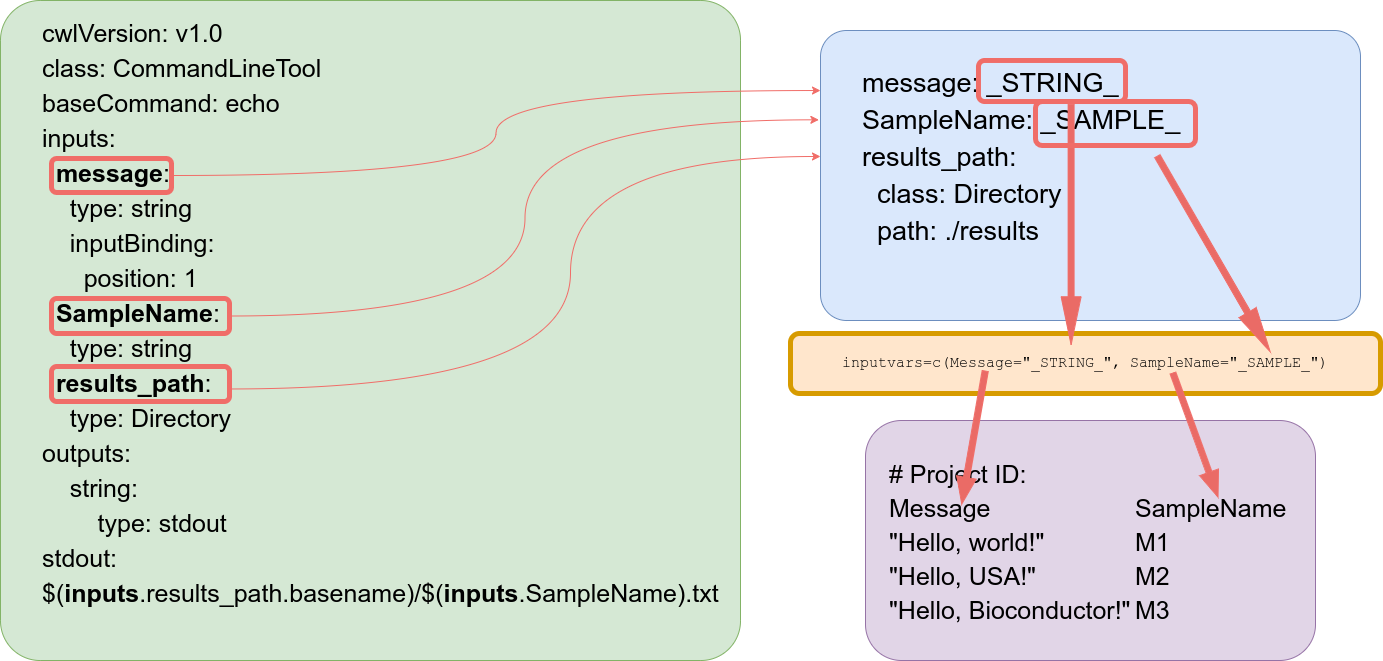
This is inst/images/SPR_CWL_hello.png from systemPipeR/systemPipeWorkshop2021, a draw.io export, as it was before one commit. Source tidied: cells renumbered, new cells last; positions are measured from the earlier drawing's top-left corner, leaving out a move shared by most shapes.
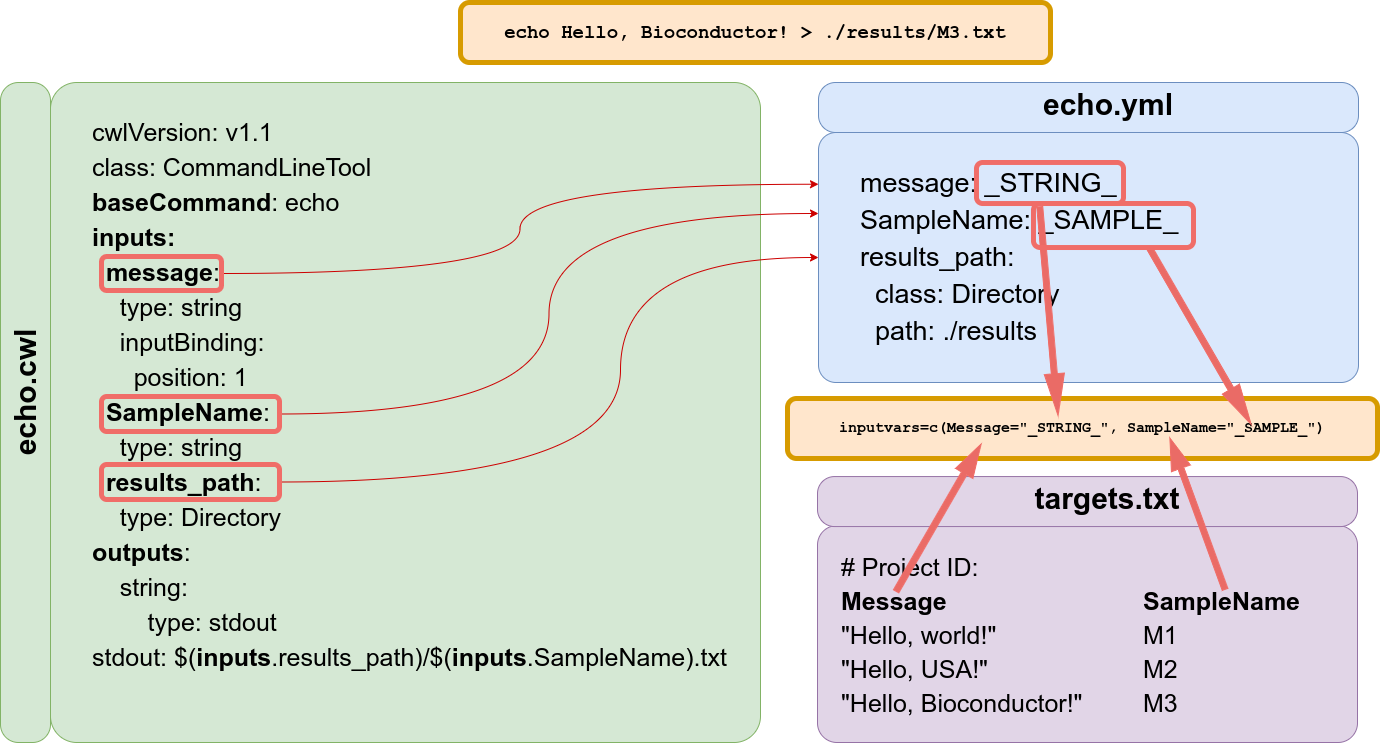
Later version of the same file.

What changed in the source:
```diff
@@ -2,59 +2,70 @@
   <root>
     <mxCell id="0" />
     <mxCell id="1" parent="0" />
-    <mxCell id="2" value="inputvars=c(Message=&quot;_STRING_&quot;, SampleName=&quot;_SAMPLE_&quot;)" style="rounded=1;whiteSpace=wrap;html=1;sketch=0;strokeColor=#d79b00;strokeWidth=5;fillColor=#ffe6cc;fontSize=15;fontFamily=Courier New;" parent="1" vertex="1">
-      <mxGeometry x="790" y="333" width="590" height="60" as="geometry" />
+    <mxCell id="2" value="&lt;b&gt;inputvars=c(Message=&quot;_STRING_&quot;, SampleName=&quot;_SAMPLE_&quot;)&lt;/b&gt;" style="rounded=1;whiteSpace=wrap;html=1;sketch=0;strokeColor=#d79b00;strokeWidth=5;fillColor=#ffe6cc;fontSize=15;fontFamily=Courier New;" parent="1" vertex="1">
+      <mxGeometry x="737" y="316" width="590" height="60" as="geometry" />
     </mxCell>
-    <mxCell id="3" value="&lt;blockquote style=&quot;margin: 0px 0px 0px 40px ; border: none ; padding: 0px ; line-height: 140% ; font-size: 27px&quot;&gt;&lt;div&gt;&lt;div&gt;&lt;span&gt;message: _STRING_&lt;/span&gt;&lt;/div&gt;&lt;div&gt;&lt;span&gt;SampleName: _SAMPLE_&amp;nbsp;&lt;/span&gt;&lt;/div&gt;&lt;div&gt;&lt;span&gt;results_path:&lt;/span&gt;&lt;/div&gt;&lt;div&gt;&lt;span&gt;&amp;nbsp; class: Directory&lt;/span&gt;&lt;/div&gt;&lt;div&gt;&lt;span&gt;&amp;nbsp; path: ./results&lt;/span&gt;&lt;/div&gt;&lt;/div&gt;&lt;div&gt;&lt;br&gt;&lt;/div&gt;&lt;/blockquote&gt;" style="rounded=1;whiteSpace=wrap;html=1;fillColor=#dae8fc;strokeColor=#6c8ebf;align=left;arcSize=9;" parent="1" vertex="1">
-      <mxGeometry x="820" y="30" width="540" height="290" as="geometry" />
+    <mxCell id="3" value="&lt;blockquote style=&quot;margin: 0px 0px 0px 40px ; border: none ; padding: 0px ; line-height: 140% ; font-size: 27px&quot;&gt;&lt;div&gt;&lt;div&gt;&lt;span&gt;message: _STRING_&lt;/span&gt;&lt;/div&gt;&lt;div&gt;&lt;span&gt;SampleName: _SAMPLE_&amp;nbsp;&lt;/span&gt;&lt;/div&gt;&lt;div&gt;&lt;span&gt;results_path:&lt;/span&gt;&lt;/div&gt;&lt;div&gt;&lt;span&gt;&amp;nbsp; class: Directory&lt;/span&gt;&lt;/div&gt;&lt;div&gt;&lt;span&gt;&amp;nbsp; path: ./results&lt;/span&gt;&lt;/div&gt;&lt;/div&gt;&lt;/blockquote&gt;" style="rounded=1;whiteSpace=wrap;html=1;fillColor=#dae8fc;strokeColor=#6c8ebf;align=left;arcSize=7;" parent="1" vertex="1">
+      <mxGeometry x="768" y="50" width="540" height="250" as="geometry" />
     </mxCell>
-    <mxCell id="4" style="shape=singleArrow;whiteSpace=wrap;html=1;rounded=0;sketch=0;fontFamily=Courier New;fontSize=15;fontColor=#5C5C5C;strokeColor=#F06D68;strokeWidth=1;rotation=90;fillColor=#EA6B66;" parent="1" vertex="1">
-      <mxGeometry x="950.3" y="214" width="240.6" height="20" as="geometry" />
+    <mxCell id="4" style="shape=singleArrow;whiteSpace=wrap;html=1;rounded=0;sketch=0;fontFamily=Courier New;fontSize=15;fontColor=#5C5C5C;strokeColor=#F06D68;strokeWidth=1;rotation=85;fillColor=#EA6B66;" parent="1" vertex="1">
+      <mxGeometry x="893.5" y="218.7" width="209.7" height="20" as="geometry" />
     </mxCell>
-    <mxCell id="5" value="&lt;blockquote style=&quot;margin: 0px 0px 0px 40px ; border: none ; padding: 0px ; line-height: 140% ; font-size: 25px&quot;&gt;&lt;div&gt;&lt;div&gt;&lt;span&gt;cwlVersion: v1.0&lt;/span&gt;&lt;/div&gt;&lt;div&gt;&lt;span&gt;class: CommandLineTool&lt;/span&gt;&lt;/div&gt;&lt;div&gt;&lt;span&gt;baseCommand: echo&lt;/span&gt;&lt;/div&gt;&lt;div&gt;&lt;span&gt;inputs:&lt;/span&gt;&lt;/div&gt;&lt;div&gt;&amp;nbsp; &lt;b&gt;message&lt;/b&gt;:&lt;/div&gt;&lt;div&gt;&lt;span&gt;&amp;nbsp; &amp;nbsp; type: string&lt;/span&gt;&lt;/div&gt;&lt;div&gt;&lt;span&gt;&amp;nbsp; &amp;nbsp; inputBinding:&amp;nbsp;&lt;/span&gt;&lt;/div&gt;&lt;div&gt;&lt;span&gt;&amp;nbsp; &amp;nbsp; &amp;nbsp; position: 1&lt;/span&gt;&lt;/div&gt;&lt;div&gt;&amp;nbsp; &lt;b&gt;SampleName&lt;/b&gt;:&lt;/div&gt;&lt;div&gt;&lt;span&gt;&amp;nbsp; &amp;nbsp; type: string&lt;/span&gt;&lt;/div&gt;&lt;div&gt;&amp;nbsp; &lt;b&gt;results_path&lt;/b&gt;:&lt;/div&gt;&lt;div&gt;&lt;span&gt;&amp;nbsp; &amp;nbsp; type: Directory&lt;/span&gt;&lt;/div&gt;&lt;div&gt;&lt;span&gt;outputs:&lt;/span&gt;&lt;/div&gt;&lt;div&gt;&lt;span&gt;&amp;nbsp; &amp;nbsp; string:&lt;/span&gt;&lt;/div&gt;&lt;div&gt;&lt;span&gt;&amp;nbsp; &amp;nbsp; &amp;nbsp; &amp;nbsp; type: stdout&lt;/span&gt;&lt;/div&gt;&lt;div&gt;stdout: $(&lt;b&gt;inputs&lt;/b&gt;.results_path.basename)/$(&lt;b&gt;inputs&lt;/b&gt;.SampleName).txt&lt;/div&gt;&lt;/div&gt;&lt;div&gt;&lt;br&gt;&lt;/div&gt;&lt;/blockquote&gt;" style="rounded=1;whiteSpace=wrap;html=1;fillColor=#d5e8d4;strokeColor=#82b366;align=left;arcSize=6;" parent="1" vertex="1">
-      <mxGeometry width="740" height="660" as="geometry" />
+    <mxCell id="5" value="&lt;blockquote style=&quot;margin: 0px 0px 0px 40px ; border: none ; padding: 0px ; line-height: 140% ; font-size: 25px&quot;&gt;&lt;div&gt;&lt;div&gt;&lt;span&gt;cwlVersion: v1.1&lt;/span&gt;&lt;/div&gt;&lt;div&gt;&lt;span&gt;class: CommandLineTool&lt;/span&gt;&lt;/div&gt;&lt;div&gt;&lt;b&gt;baseCommand&lt;/b&gt;: echo&lt;/div&gt;&lt;div&gt;&lt;span&gt;&lt;b&gt;inputs:&lt;/b&gt;&lt;/span&gt;&lt;/div&gt;&lt;div&gt;&amp;nbsp; &lt;b&gt;message&lt;/b&gt;:&lt;/div&gt;&lt;div&gt;&lt;span&gt;&amp;nbsp; &amp;nbsp; type: string&lt;/span&gt;&lt;/div&gt;&lt;div&gt;&lt;span&gt;&amp;nbsp; &amp;nbsp; inputBinding:&amp;nbsp;&lt;/span&gt;&lt;/div&gt;&lt;div&gt;&lt;span&gt;&amp;nbsp; &amp;nbsp; &amp;nbsp; position: 1&lt;/span&gt;&lt;/div&gt;&lt;div&gt;&amp;nbsp; &lt;b&gt;SampleName&lt;/b&gt;:&lt;/div&gt;&lt;div&gt;&lt;span&gt;&amp;nbsp; &amp;nbsp; type: string&lt;/span&gt;&lt;/div&gt;&lt;div&gt;&amp;nbsp; &lt;b&gt;results_path&lt;/b&gt;:&lt;/div&gt;&lt;div&gt;&lt;span&gt;&amp;nbsp; &amp;nbsp; type: Directory&lt;/span&gt;&lt;/div&gt;&lt;div&gt;&lt;b&gt;outputs&lt;/b&gt;:&lt;/div&gt;&lt;div&gt;&lt;span&gt;&amp;nbsp; &amp;nbsp; string:&lt;/span&gt;&lt;/div&gt;&lt;div&gt;&lt;span&gt;&amp;nbsp; &amp;nbsp; &amp;nbsp; &amp;nbsp; type: stdout&lt;/span&gt;&lt;/div&gt;&lt;div&gt;stdout: $(&lt;b&gt;inputs&lt;/b&gt;.results_path)/$(&lt;b&gt;inputs&lt;/b&gt;.SampleName).txt&lt;/div&gt;&lt;/div&gt;&lt;div&gt;&lt;br&gt;&lt;/div&gt;&lt;/blockquote&gt;" style="rounded=1;whiteSpace=wrap;html=1;fillColor=#d5e8d4;strokeColor=#82b366;align=left;arcSize=4;" parent="1" vertex="1">
+      <mxGeometry width="710" height="660" as="geometry" />
     </mxCell>
-    <mxCell id="6" value="&lt;table style=&quot;font-size: 25px&quot;&gt;&lt;tbody&gt;&lt;tr&gt;&lt;td&gt;&lt;font style=&quot;font-size: 25px&quot;&gt;# Project ID:&lt;br&gt;&lt;/font&gt;&lt;/td&gt;&lt;td&gt;&lt;font style=&quot;font-size: 25px&quot;&gt;&lt;br&gt;&lt;/font&gt;&lt;/td&gt;&lt;/tr&gt;&lt;tr&gt;&lt;td&gt;&lt;font style=&quot;font-size: 25px&quot;&gt;Message&lt;/font&gt;&lt;/td&gt;&lt;td&gt;&lt;font style=&quot;font-size: 25px&quot;&gt;SampleName&lt;br&gt;&lt;/font&gt;&lt;/td&gt;&lt;/tr&gt;&lt;tr&gt;&lt;td&gt;&lt;font style=&quot;font-size: 25px&quot;&gt;&quot;Hello, world!&quot;&lt;br&gt;&lt;/font&gt;&lt;/td&gt;&lt;td&gt;&lt;font style=&quot;font-size: 25px&quot;&gt;M1&lt;/font&gt;&lt;/td&gt;&lt;/tr&gt;&lt;tr&gt;&lt;td&gt;&lt;font style=&quot;font-size: 25px&quot;&gt;&quot;Hello, USA!&quot;&lt;br&gt;&lt;/font&gt;&lt;/td&gt;&lt;td&gt;&lt;font style=&quot;font-size: 25px&quot;&gt;M2&lt;/font&gt;&lt;/td&gt;&lt;/tr&gt;&lt;tr&gt;&lt;td&gt;&lt;font style=&quot;font-size: 25px&quot;&gt;&quot;Hello, Bioconductor!&quot;&lt;br&gt;&lt;/font&gt;&lt;/td&gt;&lt;td&gt;&lt;font style=&quot;font-size: 25px&quot;&gt;M3&lt;/font&gt;&lt;/td&gt;&lt;/tr&gt;&lt;/tbody&gt;&lt;/table&gt;" style="rounded=1;whiteSpace=wrap;html=1;fontSize=30;align=left;fillColor=#e1d5e7;strokeColor=#9673a6;spacingTop=1;spacingLeft=19;" parent="1" vertex="1">
-      <mxGeometry x="865" y="420" width="450" height="240" as="geometry" />
+    <mxCell id="6" value="&lt;table style=&quot;font-size: 25px&quot;&gt;&lt;tbody&gt;&lt;tr&gt;&lt;td&gt;&lt;font style=&quot;font-size: 25px&quot;&gt;# Project ID:&amp;nbsp;&lt;br&gt;&lt;/font&gt;&lt;/td&gt;&lt;td&gt;&lt;font style=&quot;font-size: 25px&quot;&gt;&lt;br&gt;&lt;/font&gt;&lt;/td&gt;&lt;/tr&gt;&lt;tr&gt;&lt;td&gt;&lt;font style=&quot;font-size: 25px&quot;&gt;&lt;b&gt;Message&lt;/b&gt;&lt;/font&gt;&lt;/td&gt;&lt;td&gt;&lt;font style=&quot;font-size: 25px&quot;&gt;&lt;b&gt;SampleName&lt;/b&gt;&lt;br&gt;&lt;/font&gt;&lt;/td&gt;&lt;/tr&gt;&lt;tr&gt;&lt;td&gt;&lt;font style=&quot;font-size: 25px&quot;&gt;&quot;Hello, world!&quot;&lt;br&gt;&lt;/font&gt;&lt;/td&gt;&lt;td&gt;&lt;font style=&quot;font-size: 25px&quot;&gt;M1&lt;/font&gt;&lt;/td&gt;&lt;/tr&gt;&lt;tr&gt;&lt;td&gt;&lt;font style=&quot;font-size: 25px&quot;&gt;&quot;Hello, USA!&quot;&lt;br&gt;&lt;/font&gt;&lt;/td&gt;&lt;td&gt;&lt;font style=&quot;font-size: 25px&quot;&gt;M2&lt;/font&gt;&lt;/td&gt;&lt;/tr&gt;&lt;tr&gt;&lt;td&gt;&lt;font style=&quot;font-size: 25px&quot;&gt;&quot;Hello, Bioconductor!&quot;&amp;nbsp; &amp;nbsp; &amp;nbsp; &amp;nbsp;&amp;nbsp;&lt;br&gt;&lt;/font&gt;&lt;/td&gt;&lt;td&gt;&lt;font style=&quot;font-size: 25px&quot;&gt;M3&lt;/font&gt;&lt;/td&gt;&lt;/tr&gt;&lt;/tbody&gt;&lt;/table&gt;" style="rounded=1;whiteSpace=wrap;html=1;fontSize=30;align=left;fillColor=#e1d5e7;strokeColor=#9673a6;spacingTop=1;spacingLeft=19;arcSize=9;" parent="1" vertex="1">
+      <mxGeometry x="767" y="443.1" width="540" height="216.9" as="geometry" />
     </mxCell>
-    <mxCell id="7" style="edgeStyle=orthogonalEdgeStyle;rounded=1;sketch=0;jettySize=auto;html=1;fontColor=#5C5C5C;fillColor=#21C0A5;strokeColor=#F06D68;entryX=0;entryY=0.207;entryDx=0;entryDy=0;entryPerimeter=0;curved=1;" parent="1" edge="1" source="8" target="3">
+    <mxCell id="7" style="edgeStyle=orthogonalEdgeStyle;rounded=1;sketch=0;jettySize=auto;html=1;fontColor=#5C5C5C;fillColor=#21C0A5;entryX=0;entryY=0.207;entryDx=0;entryDy=0;entryPerimeter=0;curved=1;strokeColor=#CC0000;" parent="1" edge="1" source="8" target="3">
       <mxGeometry relative="1" as="geometry" />
     </mxCell>
     <mxCell id="8" style="rounded=1;whiteSpace=wrap;html=1;fontSize=30;fillColor=none;strokeWidth=5;strokeColor=#F06D68;" parent="1" vertex="1">
-      <mxGeometry x="51" y="158" width="120" height="34" as="geometry" />
+      <mxGeometry x="51" y="174" width="120" height="34" as="geometry" />
     </mxCell>
-    <mxCell id="9" style="edgeStyle=orthogonalEdgeStyle;rounded=1;sketch=0;jettySize=auto;html=1;fontColor=#5C5C5C;fillColor=#21C0A5;strokeColor=#F06D68;entryX=-0.003;entryY=0.308;entryDx=0;entryDy=0;entryPerimeter=0;curved=1;" parent="1" edge="1" source="10" target="3">
+    <mxCell id="9" style="edgeStyle=orthogonalEdgeStyle;jettySize=auto;html=1;entryX=0;entryY=0.324;entryDx=0;entryDy=0;entryPerimeter=0;fontSize=30;curved=1;fillColor=#f8cecc;strokeColor=#CC0000;" parent="1" edge="1" source="10" target="3">
       <mxGeometry relative="1" as="geometry" />
     </mxCell>
     <mxCell id="10" style="rounded=1;whiteSpace=wrap;html=1;fontSize=30;fillColor=none;strokeWidth=5;strokeColor=#F06D68;" parent="1" vertex="1">
-      <mxGeometry x="51" y="298" width="178" height="35" as="geometry" />
+      <mxGeometry x="51" y="314" width="178" height="35" as="geometry" />
     </mxCell>
-    <mxCell id="11" style="rounded=1;whiteSpace=wrap;html=1;fontSize=30;fillColor=none;strokeWidth=5;strokeColor=#F06D68;" parent="1" vertex="1">
-      <mxGeometry x="51" y="366" width="178" height="35" as="geometry" />
+    <mxCell id="11" style="edgeStyle=orthogonalEdgeStyle;curved=1;jettySize=auto;html=1;entryX=0;entryY=0.5;entryDx=0;entryDy=0;fontSize=30;strokeColor=#CC0000;" parent="1" edge="1" source="12" target="3">
+      <mxGeometry relative="1" as="geometry">
+        <Array as="points">
+          <mxPoint x="570" y="400" />
+          <mxPoint x="570" y="175" />
+        </Array>
+      </mxGeometry>
     </mxCell>
-    <mxCell id="12" style="edgeStyle=orthogonalEdgeStyle;rounded=1;sketch=0;jettySize=auto;html=1;fontColor=#5C5C5C;fillColor=#21C0A5;strokeColor=#F06D68;exitX=0.996;exitY=0.642;exitDx=0;exitDy=0;exitPerimeter=0;curved=1;" parent="1" edge="1" source="11">
-      <mxGeometry relative="1" as="geometry">
-        <mxPoint x="820" y="156" as="targetPoint" />
-        <Array as="points">
-          <mxPoint x="570" y="389" />
-          <mxPoint x="570" y="156" />
-        </Array>
-      </mxGeometry>
+    <mxCell id="12" style="rounded=1;whiteSpace=wrap;html=1;fontSize=30;fillColor=none;strokeWidth=5;strokeColor=#F06D68;" parent="1" vertex="1">
+      <mxGeometry x="51" y="382" width="178" height="35" as="geometry" />
     </mxCell>
     <mxCell id="13" style="rounded=1;whiteSpace=wrap;html=1;fontSize=30;fillColor=none;strokeWidth=5;strokeColor=#F06D68;" parent="1" vertex="1">
-      <mxGeometry x="978" y="60" width="147" height="41" as="geometry" />
+      <mxGeometry x="926" y="80" width="147" height="41" as="geometry" />
     </mxCell>
-    <mxCell id="14" style="rounded=1;whiteSpace=wrap;html=1;fontSize=30;fillColor=none;strokeWidth=5;strokeColor=#F06D68;" parent="1" vertex="1">
-      <mxGeometry x="1035" y="101" width="160" height="44" as="geometry" />
+    <mxCell id="14" style="shape=singleArrow;whiteSpace=wrap;html=1;rounded=0;sketch=0;fontFamily=Courier New;fontSize=15;fontColor=#5C5C5C;strokeColor=#F06D68;strokeWidth=1;rotation=60;fillColor=#EA6B66;" parent="1" vertex="1">
+      <mxGeometry x="1048" y="243.7" width="203.7" height="20" as="geometry" />
     </mxCell>
-    <mxCell id="15" style="shape=singleArrow;whiteSpace=wrap;html=1;rounded=0;sketch=0;fontFamily=Courier New;fontSize=15;fontColor=#5C5C5C;strokeColor=#F06D68;strokeWidth=1;rotation=100;fillColor=#EA6B66;" parent="1" vertex="1">
-      <mxGeometry x="905.5" y="427.1" width="135" height="20" as="geometry" />
+    <mxCell id="15" value="&lt;blockquote style=&quot;margin: 0px 0px 0px 40px; border: none; padding: 0px; line-height: 140%; font-size: 30px;&quot;&gt;&lt;font style=&quot;font-size: 30px;&quot;&gt;&lt;b style=&quot;font-size: 30px;&quot;&gt;echo.cwl&lt;/b&gt;&lt;/font&gt;&lt;/blockquote&gt;" style="rounded=1;whiteSpace=wrap;html=1;fillColor=#d5e8d4;strokeColor=#82b366;align=center;arcSize=36;horizontal=0;fontSize=30;" parent="1" vertex="1">
+      <mxGeometry x="-50" width="50" height="660" as="geometry" />
     </mxCell>
-    <mxCell id="16" style="shape=singleArrow;whiteSpace=wrap;html=1;rounded=0;sketch=0;fontFamily=Courier New;fontSize=15;fontColor=#5C5C5C;strokeColor=#F06D68;strokeWidth=1;rotation=60;fillColor=#EA6B66;" parent="1" vertex="1">
-      <mxGeometry x="1100.4" y="243.4" width="225.7" height="20" as="geometry" />
+    <mxCell id="16" value="&lt;blockquote style=&quot;margin: 0px 0px 0px 40px ; border: none ; padding: 0px ; line-height: 140%&quot;&gt;&lt;div&gt;&lt;div&gt;&lt;font style=&quot;font-size: 30px&quot;&gt;&lt;b&gt;echo.yml&lt;/b&gt;&lt;/font&gt;&lt;/div&gt;&lt;/div&gt;&lt;/blockquote&gt;" style="rounded=1;whiteSpace=wrap;html=1;fillColor=#dae8fc;strokeColor=#6c8ebf;align=center;arcSize=34;" parent="1" vertex="1">
+      <mxGeometry x="768" width="540" height="50" as="geometry" />
     </mxCell>
-    <mxCell id="17" style="shape=singleArrow;whiteSpace=wrap;html=1;rounded=0;sketch=0;fontFamily=Courier New;fontSize=15;fontColor=#5C5C5C;strokeColor=#F06D68;strokeWidth=1;rotation=70;fillColor=#EA6B66;" parent="1" vertex="1">
-      <mxGeometry x="1129" y="424.6" width="132" height="20" as="geometry" />
+    <mxCell id="17" value="&lt;blockquote style=&quot;margin: 0px 0px 0px 40px ; border: none ; padding: 0px ; line-height: 140%&quot;&gt;&lt;div&gt;&lt;div&gt;&lt;font style=&quot;font-size: 30px&quot;&gt;&lt;b&gt;targets.txt&lt;/b&gt;&lt;/font&gt;&lt;/div&gt;&lt;/div&gt;&lt;/blockquote&gt;" style="rounded=1;whiteSpace=wrap;html=1;fillColor=#e1d5e7;strokeColor=#9673a6;align=center;arcSize=34;" parent="1" vertex="1">
+      <mxGeometry x="767" y="394.1" width="540" height="50" as="geometry" />
     </mxCell>
+    <mxCell id="18" style="rounded=1;whiteSpace=wrap;html=1;fontSize=30;fillColor=none;strokeWidth=5;strokeColor=#F06D68;" parent="1" vertex="1">
+      <mxGeometry x="983" y="121" width="160" height="44" as="geometry" />
+    </mxCell>
+    <mxCell id="19" style="shape=singleArrow;whiteSpace=wrap;html=1;rounded=0;sketch=0;fontFamily=Courier New;fontSize=15;fontColor=#5C5C5C;strokeColor=#F06D68;strokeWidth=1;rotation=70;fillColor=#EA6B66;direction=west;" parent="1" vertex="1">
+      <mxGeometry x="1066.5" y="421.2" width="161" height="20" as="geometry" />
+    </mxCell>
+    <mxCell id="20" value="&lt;b&gt;&lt;font style=&quot;font-size: 19px&quot;&gt;echo Hello, Bioconductor! &amp;gt; ./results/M3.txt&lt;/font&gt;&lt;/b&gt;" style="rounded=1;whiteSpace=wrap;html=1;sketch=0;strokeColor=#d79b00;strokeWidth=5;fillColor=#ffe6cc;fontSize=15;fontFamily=Courier New;" parent="1" vertex="1">
+      <mxGeometry x="410" y="-80" width="590" height="60" as="geometry" />
+    </mxCell>
+    <mxCell id="21" style="shape=singleArrow;whiteSpace=wrap;html=1;rounded=0;sketch=0;fontFamily=Courier New;fontSize=15;fontColor=#5C5C5C;strokeColor=#F06D68;strokeWidth=1;rotation=-240;fillColor=#EA6B66;direction=west;" parent="1" vertex="1">
+      <mxGeometry x="803.1" y="425.2" width="170" height="20" as="geometry" />
+    </mxCell>
   </root>
 </mxGraphModel>
```
